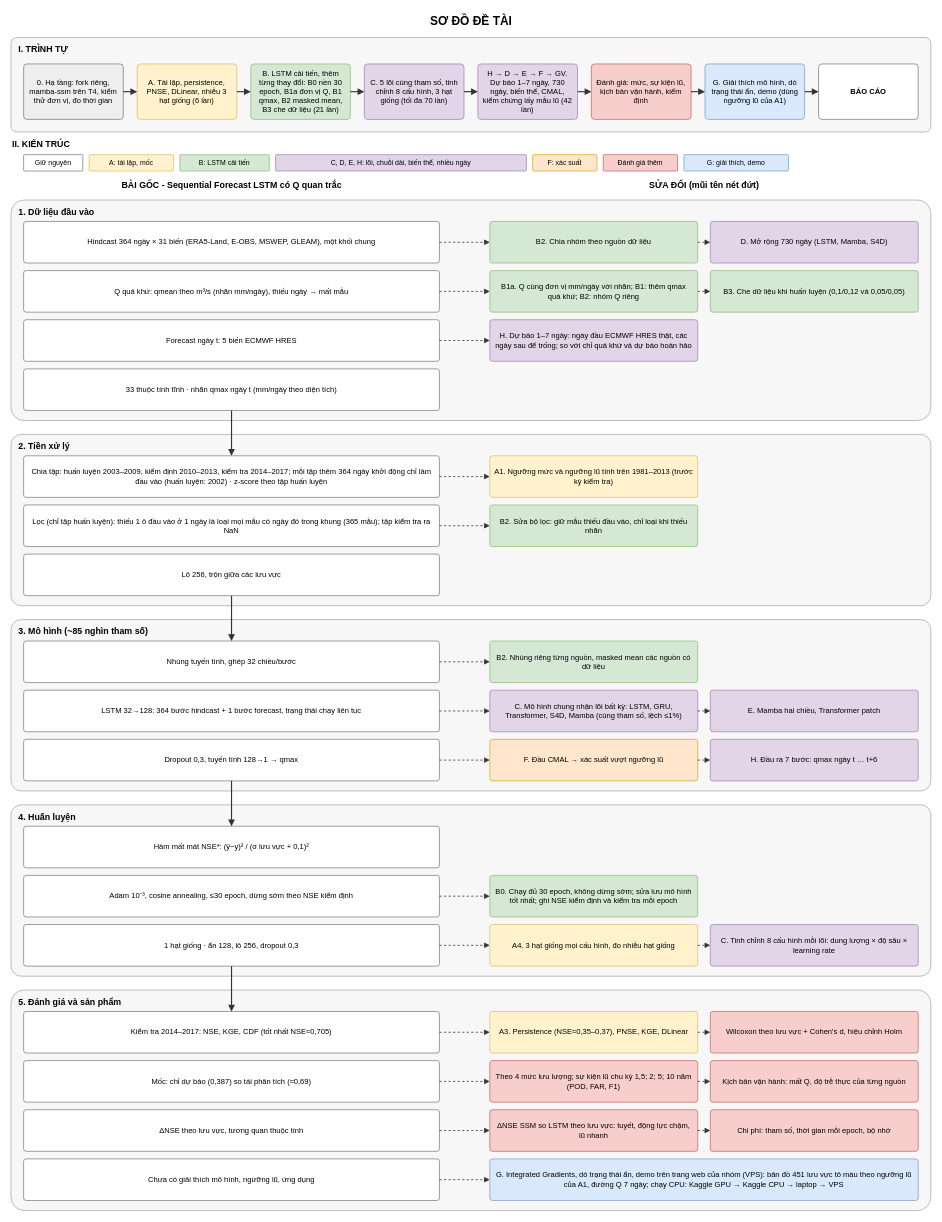
Earlier version of the draw.io diagram Diagrams/ProjectDiagram.drawio (Ticasslo/TieuLuanChuyenNganh). Source tidied: cells renumbered, new cells numbered last; positions are measured from the earlier drawing's top-left corner, leaving out a move shared by most shapes. Both pictures are drawn from the tidied source at 63%, with x=0, y=0 at pixel (11, 11).
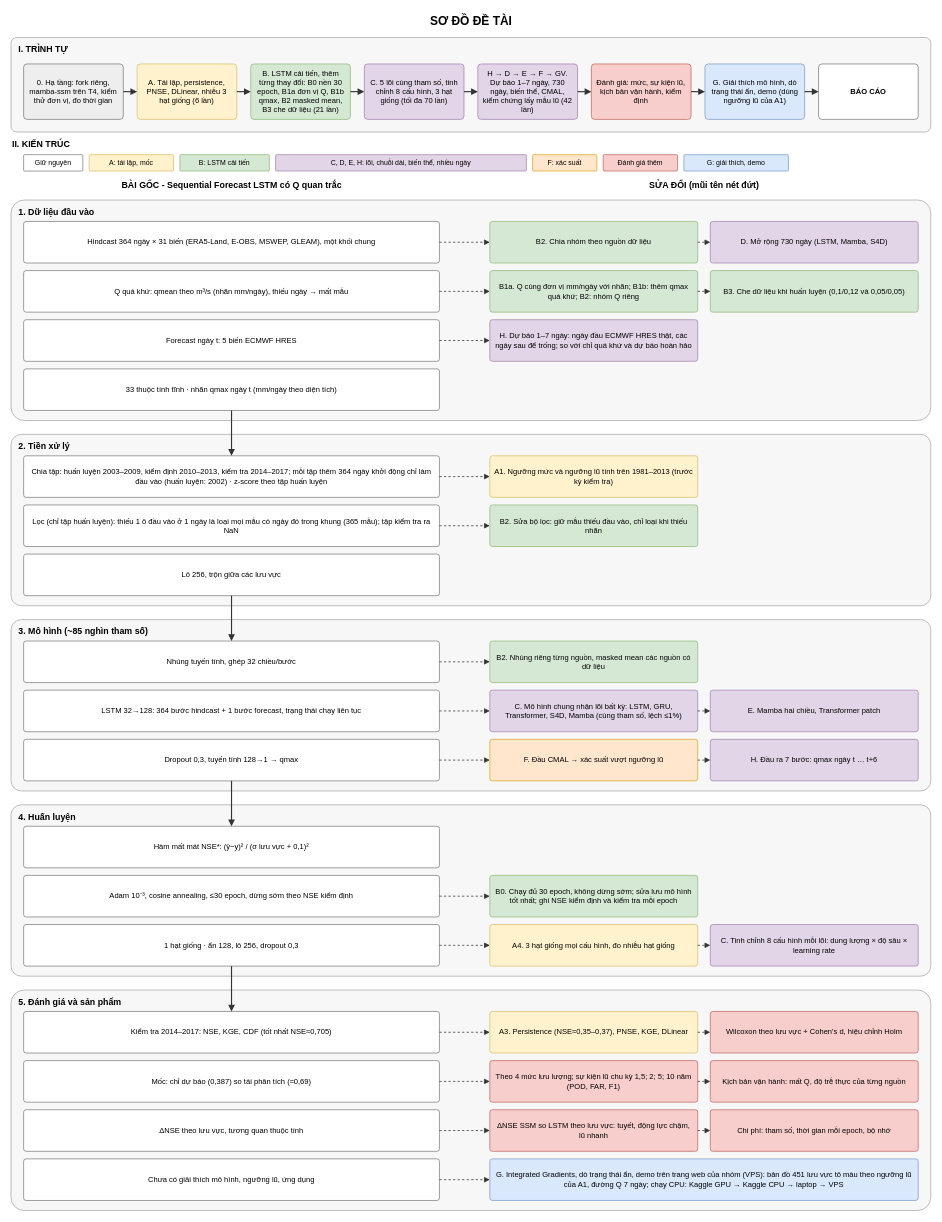
After the change.

The edit, as a diff of the source:
```diff
@@
-    <mxCell id="7" value="B. LSTM cải tiến, thêm từng thay đổi: B0 nền 30 epoch, B1a đơn vị Q, B1 qmax, B2 masked mean, B3 che dữ liệu (21 lần)" style="rounded=1;arcSize=6;whiteSpace=wrap;html=1;fillColor=#d5e8d4;strokeColor=#82b366;fontSize=12;align=center;spacingLeft=6;spacingRight=6;" parent="1" vertex="1">
+    <mxCell id="7" value="B. LSTM cải tiến, thêm từng thay đổi: B0 nền 30 epoch, B1a đơn vị Q, B1b qmax, B2 masked mean, B3 che dữ liệu (21 lần)" style="rounded=1;arcSize=6;whiteSpace=wrap;html=1;fillColor=#d5e8d4;strokeColor=#82b366;fontSize=12;align=center;spacingLeft=6;spacingRight=6;" parent="1" vertex="1">
       <mxGeometry x="380.5" y="84" width="158.2" height="88" as="geometry" />
     </mxCell>
@@
-    <mxCell id="36" value="B1a. Q cùng đơn vị mm/ngày với nhãn; B1: thêm qmax quá khứ; B2: nhóm Q riêng" style="rounded=1;arcSize=6;whiteSpace=wrap;html=1;fillColor=#d5e8d4;strokeColor=#82b366;fontSize=12;align=center;spacingLeft=6;spacingRight=6;" parent="1" vertex="1">
+    <mxCell id="36" value="B1a. Q cùng đơn vị mm/ngày với nhãn; B1b: thêm qmax quá khứ; B2: nhóm Q riêng" style="rounded=1;arcSize=6;whiteSpace=wrap;html=1;fillColor=#d5e8d4;strokeColor=#82b366;fontSize=12;align=center;spacingLeft=6;spacingRight=6;" parent="1" vertex="1">
       <mxGeometry x="760" y="412" width="330" height="66" as="geometry" />
     </mxCell>
```
